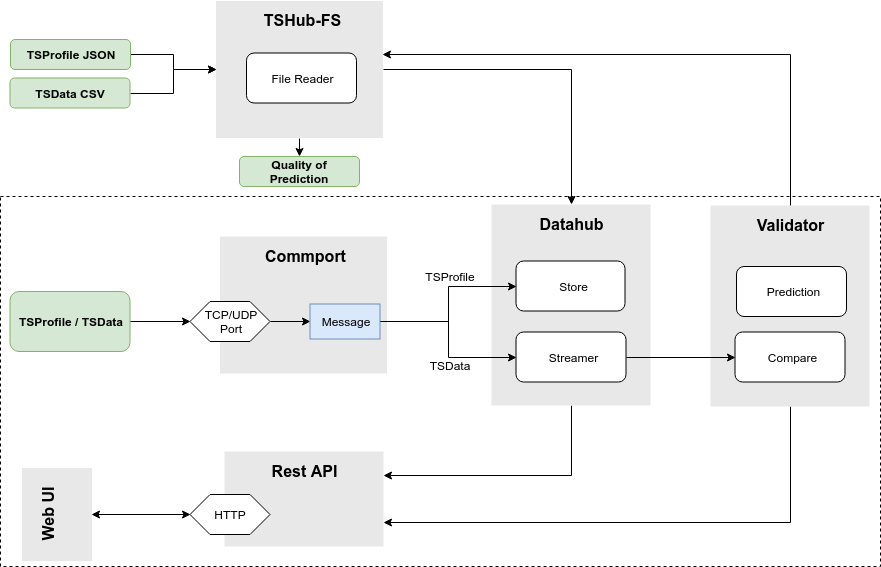
The draw.io diagram TSHub.png in cha87de/tshub, before a commit. Source tidied: cells renumbered, new cells last; positions are measured from the earlier drawing's top-left corner, leaving out a move shared by most shapes.
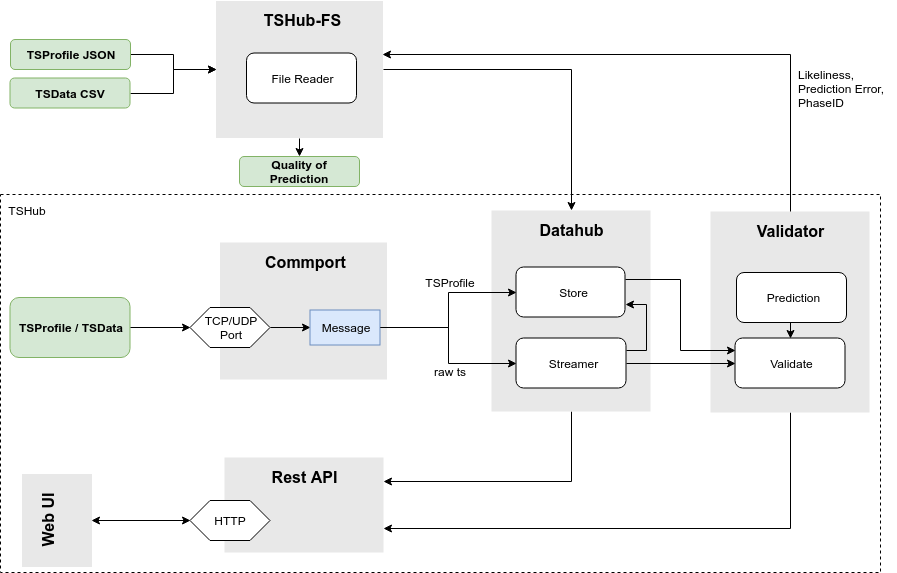
Later version of the same file.

Commit message:
updates on prediction validation

Change to the diagram source:
```diff
@@ -3,7 +3,7 @@
     <mxCell id="0" />
     <mxCell id="1" parent="0" />
     <mxCell id="2" style="rounded=0;whiteSpace=wrap;html=1;fillColor=none;dashed=1;" parent="1" vertex="1">
-      <mxGeometry y="196" width="880" height="370" as="geometry" />
+      <mxGeometry y="188" width="880" height="378" as="geometry" />
     </mxCell>
     <mxCell id="3" style="rounded=0;whiteSpace=wrap;html=1;fillColor=#E8E8E8;strokeColor=none;fontColor=#333333;" parent="1" vertex="1">
       <mxGeometry x="219.5" y="236" width="167" height="137" as="geometry" />
@@ -26,7 +26,7 @@
     <mxCell id="9" value="&lt;div&gt;Message&lt;/div&gt;" style="text;html=1;strokeColor=#6c8ebf;fillColor=#dae8fc;align=center;verticalAlign=middle;whiteSpace=wrap;rounded=0;" parent="1" vertex="1">
       <mxGeometry x="309.5" y="303.5" width="70" height="35" as="geometry" />
     </mxCell>
-    <mxCell id="10" style="edgeStyle=orthogonalEdgeStyle;rounded=0;jettySize=auto;html=1;exitX=0.5;exitY=1;exitDx=0;exitDy=0;entryX=1;entryY=0.25;entryDx=0;entryDy=0;" parent="1" edge="1" source="11" target="21">
+    <mxCell id="10" style="edgeStyle=orthogonalEdgeStyle;rounded=0;jettySize=auto;html=1;exitX=0.5;exitY=1;exitDx=0;exitDy=0;entryX=1;entryY=0.25;entryDx=0;entryDy=0;" parent="1" edge="1" source="11" target="22">
       <mxGeometry relative="1" as="geometry" />
     </mxCell>
     <mxCell id="11" style="rounded=0;whiteSpace=wrap;html=1;fillColor=#E8E8E8;strokeColor=none;fontColor=#333333;" parent="1" vertex="1">
@@ -41,104 +41,119 @@
     <mxCell id="14" value="Store" style="text;html=1;strokeColor=none;fillColor=none;align=center;verticalAlign=middle;whiteSpace=wrap;rounded=0;" parent="1" vertex="1">
       <mxGeometry x="530.5" y="265.5" width="85" height="40" as="geometry" />
     </mxCell>
-    <mxCell id="15" style="rounded=1;whiteSpace=wrap;html=1;" parent="1" vertex="1">
-      <mxGeometry x="515.5" y="331.5" width="110" height="50" as="geometry" />
+    <mxCell id="15" style="edgeStyle=orthogonalEdgeStyle;rounded=0;jettySize=auto;html=1;exitX=1;exitY=0.25;exitDx=0;exitDy=0;entryX=1;entryY=0.75;entryDx=0;entryDy=0;startArrow=none;startFill=0;" parent="1" edge="1" source="16" target="13">
+      <mxGeometry relative="1" as="geometry" />
     </mxCell>
-    <mxCell id="16" value="Streamer" style="text;html=1;strokeColor=none;fillColor=none;align=center;verticalAlign=middle;whiteSpace=wrap;rounded=0;" parent="1" vertex="1">
-      <mxGeometry x="529.5" y="336.5" width="85" height="40" as="geometry" />
+    <mxCell id="16" style="rounded=1;whiteSpace=wrap;html=1;" parent="1" vertex="1">
+      <mxGeometry x="515.5" y="331.5" width="110" height="50" as="geometry" />
     </mxCell>
-    <mxCell id="17" style="edgeStyle=orthogonalEdgeStyle;rounded=0;jettySize=auto;html=1;exitX=1;exitY=0.5;exitDx=0;exitDy=0;entryX=0;entryY=0.5;entryDx=0;entryDy=0;" parent="1" edge="1" source="9" target="13">
-      <mxGeometry relative="1" as="geometry" />
+    <mxCell id="17" value="Streamer" style="text;html=1;strokeColor=none;fillColor=none;align=center;verticalAlign=middle;whiteSpace=wrap;rounded=0;" parent="1" vertex="1">
+      <mxGeometry x="529.5" y="336.5" width="85" height="40" as="geometry" />
     </mxCell>
-    <mxCell id="18" style="edgeStyle=orthogonalEdgeStyle;rounded=0;jettySize=auto;html=1;exitX=1;exitY=0.5;exitDx=0;exitDy=0;entryX=0;entryY=0.5;entryDx=0;entryDy=0;" parent="1" edge="1" source="9" target="15">
+    <mxCell id="18" style="edgeStyle=orthogonalEdgeStyle;rounded=0;jettySize=auto;html=1;exitX=1;exitY=0.5;exitDx=0;exitDy=0;entryX=0;entryY=0.5;entryDx=0;entryDy=0;" parent="1" edge="1" source="9" target="13">
       <mxGeometry relative="1" as="geometry" />
     </mxCell>
-    <mxCell id="19" value="TSProfile" style="text;html=1;strokeColor=none;fillColor=none;align=center;verticalAlign=middle;whiteSpace=wrap;rounded=0;" parent="1" vertex="1">
-      <mxGeometry x="400" y="266" width="100" height="20" as="geometry" />
+    <mxCell id="19" style="edgeStyle=orthogonalEdgeStyle;rounded=0;jettySize=auto;html=1;exitX=1;exitY=0.5;exitDx=0;exitDy=0;entryX=0;entryY=0.5;entryDx=0;entryDy=0;" parent="1" edge="1" source="9" target="16">
+      <mxGeometry relative="1" as="geometry" />
     </mxCell>
-    <mxCell id="20" value="TSData" style="text;html=1;strokeColor=none;fillColor=none;align=center;verticalAlign=middle;whiteSpace=wrap;rounded=0;" parent="1" vertex="1">
-      <mxGeometry x="398.5" y="355" width="100" height="20" as="geometry" />
+    <mxCell id="20" value="TSProfile" style="text;html=1;strokeColor=none;fillColor=none;align=center;verticalAlign=middle;whiteSpace=wrap;rounded=0;" parent="1" vertex="1">
+      <mxGeometry x="400" y="266" width="100" height="20" as="geometry" />
     </mxCell>
-    <mxCell id="21" style="rounded=0;whiteSpace=wrap;html=1;fillColor=#E8E8E8;strokeColor=none;fontColor=#333333;" parent="1" vertex="1">
-      <mxGeometry x="224" y="451" width="159" height="95" as="geometry" />
+    <mxCell id="21" value="raw ts" style="text;html=1;strokeColor=none;fillColor=none;align=center;verticalAlign=middle;whiteSpace=wrap;rounded=0;" parent="1" vertex="1">
+      <mxGeometry x="398.5" y="355" width="100" height="20" as="geometry" />
     </mxCell>
-    <mxCell id="22" value="&lt;b&gt;&lt;font style=&quot;font-size: 16px&quot;&gt;Rest API&lt;/font&gt;&lt;/b&gt;" style="text;html=1;strokeColor=none;fillColor=none;align=center;verticalAlign=middle;whiteSpace=wrap;rounded=0;rotation=0;" parent="1" vertex="1">
-      <mxGeometry x="223.5" y="451" width="159" height="38" as="geometry" />
+    <mxCell id="22" style="rounded=0;whiteSpace=wrap;html=1;fillColor=#E8E8E8;strokeColor=none;fontColor=#333333;" parent="1" vertex="1">
+      <mxGeometry x="224" y="451" width="159" height="95" as="geometry" />
     </mxCell>
-    <mxCell id="23" style="edgeStyle=orthogonalEdgeStyle;rounded=0;jettySize=auto;html=1;exitX=0.5;exitY=1;exitDx=0;exitDy=0;entryX=0;entryY=0.5;entryDx=0;entryDy=0;startArrow=classic;startFill=1;" parent="1" edge="1" source="26" target="24">
-      <mxGeometry relative="1" as="geometry" />
+    <mxCell id="23" value="&lt;b&gt;&lt;font style=&quot;font-size: 16px&quot;&gt;Rest API&lt;/font&gt;&lt;/b&gt;" style="text;html=1;strokeColor=none;fillColor=none;align=center;verticalAlign=middle;whiteSpace=wrap;rounded=0;rotation=0;" parent="1" vertex="1">
+      <mxGeometry x="223.5" y="451" width="159" height="38" as="geometry" />
     </mxCell>
-    <mxCell id="24" value="HTTP&lt;br&gt;" style="shape=hexagon;perimeter=hexagonPerimeter2;whiteSpace=wrap;html=1;" parent="1" vertex="1">
-      <mxGeometry x="189.5" y="494" width="80" height="40" as="geometry" />
+    <mxCell id="24" style="edgeStyle=orthogonalEdgeStyle;rounded=0;jettySize=auto;html=1;exitX=0.5;exitY=1;exitDx=0;exitDy=0;entryX=0;entryY=0.5;entryDx=0;entryDy=0;startArrow=classic;startFill=1;" parent="1" edge="1" source="27" target="25">
+      <mxGeometry relative="1" as="geometry" />
     </mxCell>
-    <mxCell id="25" style="group;" parent="1" vertex="1">
-      <mxGeometry x="0.6" y="479" width="102.4" height="70" as="geometry" />
+    <mxCell id="25" value="HTTP&lt;br&gt;" style="shape=hexagon;perimeter=hexagonPerimeter2;whiteSpace=wrap;html=1;" parent="1" vertex="1">
+      <mxGeometry x="189.5" y="494" width="80" height="40" as="geometry" />
     </mxCell>
-    <mxCell id="26" style="rounded=0;whiteSpace=wrap;html=1;fillColor=#E8E8E8;strokeColor=none;fontColor=#333333;rotation=-90;" parent="25" vertex="1">
-      <mxGeometry x="9.4" width="93" height="70" as="geometry" />
+    <mxCell id="26" style="group;" parent="1" vertex="1">
+      <mxGeometry x="0.6" y="479" width="102.4" height="70" as="geometry" />
     </mxCell>
-    <mxCell id="27" value="&lt;b&gt;&lt;font style=&quot;font-size: 16px&quot;&gt;Web UI&lt;/font&gt;&lt;/b&gt;" style="text;html=1;strokeColor=none;fillColor=none;align=center;verticalAlign=middle;whiteSpace=wrap;rounded=0;rotation=-90;" parent="25" vertex="1">
-      <mxGeometry y="16" width="93" height="38" as="geometry" />
+    <mxCell id="27" style="rounded=0;whiteSpace=wrap;html=1;fillColor=#E8E8E8;strokeColor=none;fontColor=#333333;rotation=-90;" parent="26" vertex="1">
+      <mxGeometry x="9.4" width="93" height="70" as="geometry" />
     </mxCell>
-    <mxCell id="28" style="edgeStyle=orthogonalEdgeStyle;rounded=0;jettySize=auto;html=1;exitX=0.5;exitY=1;exitDx=0;exitDy=0;entryX=1;entryY=0.75;entryDx=0;entryDy=0;startArrow=none;startFill=0;" parent="1" edge="1" source="29" target="21">
-      <mxGeometry relative="1" as="geometry" />
+    <mxCell id="28" value="&lt;b&gt;&lt;font style=&quot;font-size: 16px&quot;&gt;Web UI&lt;/font&gt;&lt;/b&gt;" style="text;html=1;strokeColor=none;fillColor=none;align=center;verticalAlign=middle;whiteSpace=wrap;rounded=0;rotation=-90;" parent="26" vertex="1">
+      <mxGeometry y="16" width="93" height="38" as="geometry" />
     </mxCell>
-    <mxCell id="29" style="rounded=0;whiteSpace=wrap;html=1;fillColor=#E8E8E8;strokeColor=none;fontColor=#333333;" parent="1" vertex="1">
-      <mxGeometry x="710" y="205" width="159" height="201" as="geometry" />
+    <mxCell id="29" style="edgeStyle=orthogonalEdgeStyle;rounded=0;jettySize=auto;html=1;exitX=0.5;exitY=1;exitDx=0;exitDy=0;entryX=1;entryY=0.75;entryDx=0;entryDy=0;startArrow=none;startFill=0;" parent="1" edge="1" source="30" target="22">
+      <mxGeometry relative="1" as="geometry" />
     </mxCell>
-    <mxCell id="30" style="edgeStyle=orthogonalEdgeStyle;rounded=0;jettySize=auto;html=1;exitX=0.5;exitY=0;exitDx=0;exitDy=0;entryX=0.997;entryY=0.391;entryDx=0;entryDy=0;entryPerimeter=0;startArrow=none;startFill=0;" parent="1" edge="1" source="31" target="39">
-      <mxGeometry relative="1" as="geometry" />
+    <mxCell id="30" style="rounded=0;whiteSpace=wrap;html=1;fillColor=#E8E8E8;strokeColor=none;fontColor=#333333;" parent="1" vertex="1">
+      <mxGeometry x="710" y="205" width="159" height="201" as="geometry" />
     </mxCell>
-    <mxCell id="31" value="&lt;b&gt;&lt;font style=&quot;font-size: 16px&quot;&gt;Validator&lt;/font&gt;&lt;/b&gt;" style="text;html=1;strokeColor=none;fillColor=none;align=center;verticalAlign=middle;whiteSpace=wrap;rounded=0;rotation=0;" parent="1" vertex="1">
-      <mxGeometry x="710" y="205" width="159" height="38" as="geometry" />
+    <mxCell id="31" style="edgeStyle=orthogonalEdgeStyle;rounded=0;jettySize=auto;html=1;exitX=0.5;exitY=0;exitDx=0;exitDy=0;entryX=0.997;entryY=0.391;entryDx=0;entryDy=0;entryPerimeter=0;startArrow=none;startFill=0;" parent="1" edge="1" source="32" target="41">
+      <mxGeometry relative="1" as="geometry" />
     </mxCell>
-    <mxCell id="32" style="rounded=1;whiteSpace=wrap;html=1;" parent="1" vertex="1">
-      <mxGeometry x="734.5" y="331.5" width="110" height="50" as="geometry" />
+    <mxCell id="32" value="&lt;b&gt;&lt;font style=&quot;font-size: 16px&quot;&gt;Validator&lt;/font&gt;&lt;/b&gt;" style="text;html=1;strokeColor=none;fillColor=none;align=center;verticalAlign=middle;whiteSpace=wrap;rounded=0;rotation=0;" parent="1" vertex="1">
+      <mxGeometry x="710" y="205" width="159" height="38" as="geometry" />
     </mxCell>
-    <mxCell id="33" value="Compare" style="text;html=1;strokeColor=none;fillColor=none;align=center;verticalAlign=middle;whiteSpace=wrap;rounded=0;" parent="1" vertex="1">
-      <mxGeometry x="748.5" y="336.5" width="85" height="40" as="geometry" />
+    <mxCell id="33" style="rounded=1;whiteSpace=wrap;html=1;" parent="1" vertex="1">
+      <mxGeometry x="734.5" y="331.5" width="110" height="50" as="geometry" />
     </mxCell>
-    <mxCell id="34" style="edgeStyle=orthogonalEdgeStyle;rounded=0;jettySize=auto;html=1;exitX=1;exitY=0.5;exitDx=0;exitDy=0;entryX=0;entryY=0.5;entryDx=0;entryDy=0;startArrow=none;startFill=0;" parent="1" edge="1" source="15" target="32">
-      <mxGeometry relative="1" as="geometry" />
+    <mxCell id="34" value="Validate" style="text;html=1;strokeColor=none;fillColor=none;align=center;verticalAlign=middle;whiteSpace=wrap;rounded=0;" parent="1" vertex="1">
+      <mxGeometry x="748.5" y="336.5" width="85" height="40" as="geometry" />
     </mxCell>
-    <mxCell id="35" style="rounded=1;whiteSpace=wrap;html=1;" parent="1" vertex="1">
-      <mxGeometry x="736" y="266" width="110" height="50" as="geometry" />
+    <mxCell id="35" style="edgeStyle=orthogonalEdgeStyle;rounded=0;jettySize=auto;html=1;exitX=1;exitY=0.5;exitDx=0;exitDy=0;entryX=0;entryY=0.5;entryDx=0;entryDy=0;startArrow=none;startFill=0;" parent="1" edge="1" source="16" target="33">
+      <mxGeometry relative="1" as="geometry" />
     </mxCell>
-    <mxCell id="36" value="Prediction&lt;br&gt;" style="text;html=1;strokeColor=none;fillColor=none;align=center;verticalAlign=middle;whiteSpace=wrap;rounded=0;" parent="1" vertex="1">
-      <mxGeometry x="750" y="271" width="85" height="40" as="geometry" />
+    <mxCell id="36" style="edgeStyle=orthogonalEdgeStyle;rounded=0;jettySize=auto;html=1;exitX=0.5;exitY=1;exitDx=0;exitDy=0;entryX=0.5;entryY=0;entryDx=0;entryDy=0;startArrow=none;startFill=0;" parent="1" edge="1" source="37" target="33">
+      <mxGeometry relative="1" as="geometry" />
     </mxCell>
-    <mxCell id="37" style="edgeStyle=orthogonalEdgeStyle;rounded=0;jettySize=auto;html=1;exitX=1;exitY=0.5;exitDx=0;exitDy=0;entryX=0.5;entryY=0;entryDx=0;entryDy=0;startArrow=none;startFill=0;" parent="1" edge="1" source="39" target="12">
-      <mxGeometry relative="1" as="geometry" />
+    <mxCell id="37" style="rounded=1;whiteSpace=wrap;html=1;" parent="1" vertex="1">
+      <mxGeometry x="736" y="266" width="110" height="50" as="geometry" />
     </mxCell>
-    <mxCell id="38" style="edgeStyle=orthogonalEdgeStyle;rounded=0;jettySize=auto;html=1;exitX=0.5;exitY=1;exitDx=0;exitDy=0;entryX=0.5;entryY=0;entryDx=0;entryDy=0;startArrow=none;startFill=0;" parent="1" edge="1" source="39" target="45">
-      <mxGeometry relative="1" as="geometry" />
+    <mxCell id="38" value="Prediction&lt;br&gt;" style="text;html=1;strokeColor=none;fillColor=none;align=center;verticalAlign=middle;whiteSpace=wrap;rounded=0;" parent="1" vertex="1">
+      <mxGeometry x="750" y="271" width="85" height="40" as="geometry" />
     </mxCell>
-    <mxCell id="39" style="rounded=0;whiteSpace=wrap;html=1;fillColor=#E8E8E8;strokeColor=none;fontColor=#333333;" parent="1" vertex="1">
-      <mxGeometry x="215.5" y="0.5" width="167" height="137" as="geometry" />
+    <mxCell id="39" style="edgeStyle=orthogonalEdgeStyle;rounded=0;jettySize=auto;html=1;exitX=1;exitY=0.5;exitDx=0;exitDy=0;entryX=0.5;entryY=0;entryDx=0;entryDy=0;startArrow=none;startFill=0;" parent="1" edge="1" source="41" target="12">
+      <mxGeometry relative="1" as="geometry" />
     </mxCell>
-    <mxCell id="40" value="&lt;b&gt;&lt;font style=&quot;font-size: 16px&quot;&gt;TSHub-FS&lt;/font&gt;&lt;/b&gt;" style="text;html=1;strokeColor=none;fillColor=none;align=center;verticalAlign=middle;whiteSpace=wrap;rounded=0;rotation=0;" parent="1" vertex="1">
-      <mxGeometry x="215.5" y="0.5" width="171" height="38" as="geometry" />
+    <mxCell id="40" style="edgeStyle=orthogonalEdgeStyle;rounded=0;jettySize=auto;html=1;exitX=0.5;exitY=1;exitDx=0;exitDy=0;entryX=0.5;entryY=0;entryDx=0;entryDy=0;startArrow=none;startFill=0;" parent="1" edge="1" source="41" target="47">
+      <mxGeometry relative="1" as="geometry" />
     </mxCell>
-    <mxCell id="41" style="edgeStyle=orthogonalEdgeStyle;rounded=0;jettySize=auto;html=1;exitX=1;exitY=0.5;exitDx=0;exitDy=0;entryX=0;entryY=0.5;entryDx=0;entryDy=0;startArrow=none;startFill=0;" parent="1" edge="1" source="42" target="39">
-      <mxGeometry relative="1" as="geometry" />
+    <mxCell id="41" style="rounded=0;whiteSpace=wrap;html=1;fillColor=#E8E8E8;strokeColor=none;fontColor=#333333;" parent="1" vertex="1">
+      <mxGeometry x="215.5" y="-5.5" width="167" height="137" as="geometry" />
     </mxCell>
-    <mxCell id="42" value="TSProfile JSON" style="rounded=1;whiteSpace=wrap;html=1;fillColor=#d5e8d4;strokeColor=#82b366;fontStyle=1;" parent="1" vertex="1">
-      <mxGeometry x="10" y="39" width="120" height="30" as="geometry" />
+    <mxCell id="42" value="&lt;b&gt;&lt;font style=&quot;font-size: 16px&quot;&gt;TSHub-FS&lt;/font&gt;&lt;/b&gt;" style="text;html=1;strokeColor=none;fillColor=none;align=center;verticalAlign=middle;whiteSpace=wrap;rounded=0;rotation=0;" parent="1" vertex="1">
+      <mxGeometry x="215.5" y="-5.5" width="171" height="38" as="geometry" />
     </mxCell>
-    <mxCell id="43" style="edgeStyle=orthogonalEdgeStyle;rounded=0;jettySize=auto;html=1;exitX=1;exitY=0.5;exitDx=0;exitDy=0;startArrow=none;startFill=0;entryX=0;entryY=0.5;entryDx=0;entryDy=0;" parent="1" edge="1" source="44" target="39">
+    <mxCell id="43" style="edgeStyle=orthogonalEdgeStyle;rounded=0;jettySize=auto;html=1;exitX=1;exitY=0.5;exitDx=0;exitDy=0;entryX=0;entryY=0.5;entryDx=0;entryDy=0;startArrow=none;startFill=0;" parent="1" edge="1" source="44" target="41">
       <mxGeometry relative="1" as="geometry" />
     </mxCell>
-    <mxCell id="44" value="TSData CSV" style="rounded=1;whiteSpace=wrap;html=1;fillColor=#d5e8d4;strokeColor=#82b366;fontStyle=1;" parent="1" vertex="1">
-      <mxGeometry x="9.5" y="77.5" width="120" height="30" as="geometry" />
+    <mxCell id="44" value="TSProfile JSON" style="rounded=1;whiteSpace=wrap;html=1;fillColor=#d5e8d4;strokeColor=#82b366;fontStyle=1;" parent="1" vertex="1">
+      <mxGeometry x="10" y="33" width="120" height="30" as="geometry" />
     </mxCell>
-    <mxCell id="45" value="Quality of Prediction" style="rounded=1;whiteSpace=wrap;html=1;fillColor=#d5e8d4;strokeColor=#82b366;fontStyle=1;" parent="1" vertex="1">
-      <mxGeometry x="239" y="156" width="120" height="30" as="geometry" />
+    <mxCell id="45" style="edgeStyle=orthogonalEdgeStyle;rounded=0;jettySize=auto;html=1;exitX=1;exitY=0.5;exitDx=0;exitDy=0;startArrow=none;startFill=0;entryX=0;entryY=0.5;entryDx=0;entryDy=0;" parent="1" edge="1" source="46" target="41">
+      <mxGeometry relative="1" as="geometry" />
     </mxCell>
-    <mxCell id="46" style="rounded=1;whiteSpace=wrap;html=1;" parent="1" vertex="1">
-      <mxGeometry x="246" y="52.5" width="110" height="50" as="geometry" />
+    <mxCell id="46" value="TSData CSV" style="rounded=1;whiteSpace=wrap;html=1;fillColor=#d5e8d4;strokeColor=#82b366;fontStyle=1;" parent="1" vertex="1">
+      <mxGeometry x="9.5" y="71.5" width="120" height="30" as="geometry" />
     </mxCell>
-    <mxCell id="47" value="File Reader&lt;br&gt;" style="text;html=1;strokeColor=none;fillColor=none;align=center;verticalAlign=middle;whiteSpace=wrap;rounded=0;" parent="1" vertex="1">
-      <mxGeometry x="260" y="57.5" width="85" height="40" as="geometry" />
+    <mxCell id="47" value="Quality of Prediction" style="rounded=1;whiteSpace=wrap;html=1;fillColor=#d5e8d4;strokeColor=#82b366;fontStyle=1;" parent="1" vertex="1">
+      <mxGeometry x="239" y="150" width="120" height="30" as="geometry" />
     </mxCell>
+    <mxCell id="48" style="rounded=1;whiteSpace=wrap;html=1;" parent="1" vertex="1">
+      <mxGeometry x="246" y="46.5" width="110" height="50" as="geometry" />
+    </mxCell>
+    <mxCell id="49" value="File Reader&lt;br&gt;" style="text;html=1;strokeColor=none;fillColor=none;align=center;verticalAlign=middle;whiteSpace=wrap;rounded=0;" parent="1" vertex="1">
+      <mxGeometry x="260" y="51.5" width="85" height="40" as="geometry" />
+    </mxCell>
+    <mxCell id="50" style="edgeStyle=orthogonalEdgeStyle;rounded=0;jettySize=auto;html=1;exitX=1;exitY=0.25;exitDx=0;exitDy=0;entryX=0;entryY=0.25;entryDx=0;entryDy=0;startArrow=none;startFill=0;" parent="1" edge="1" source="13" target="33">
+      <mxGeometry relative="1" as="geometry" />
+    </mxCell>
+    <mxCell id="51" value="Likeliness, Prediction Error, PhaseID" style="text;html=1;strokeColor=none;fillColor=none;align=left;verticalAlign=middle;whiteSpace=wrap;rounded=0;" parent="1" vertex="1">
+      <mxGeometry x="796" y="71.5" width="100" height="20" as="geometry" />
+    </mxCell>
+    <mxCell id="52" value="TSHub" style="text;html=1;strokeColor=none;fillColor=none;align=center;verticalAlign=middle;whiteSpace=wrap;rounded=0;" parent="1" vertex="1">
+      <mxGeometry x="7" y="194" width="40" height="20" as="geometry" />
+    </mxCell>
   </root>
 </mxGraphModel>
```
